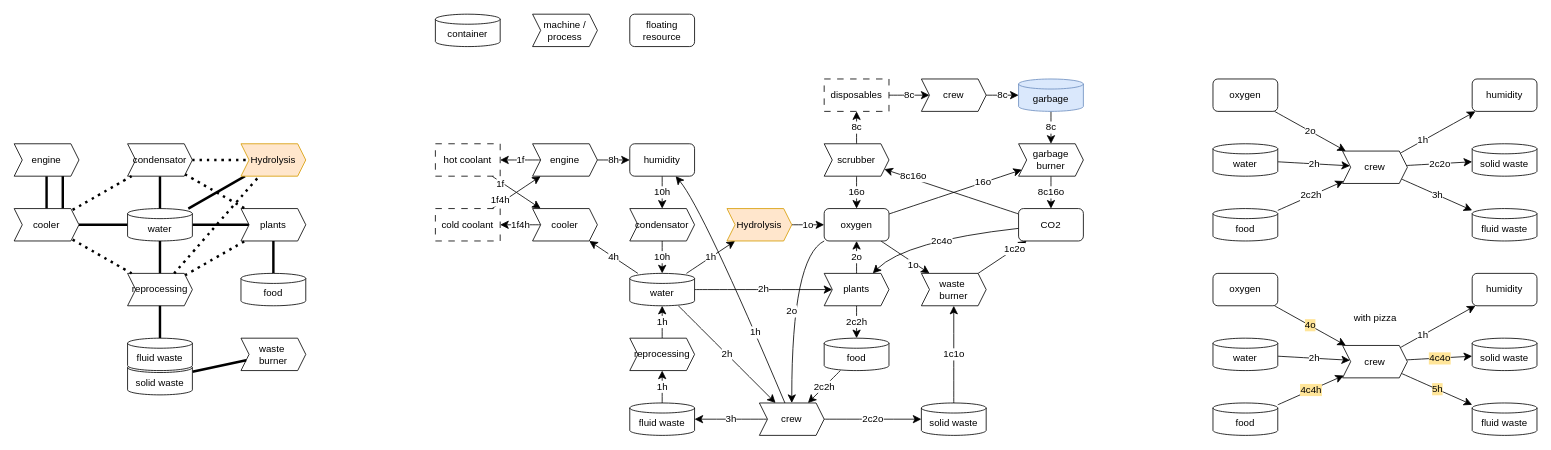
This is resource_flow_diagram.drawio from XFajk/GMTK2025Game, a draw.io file, before an edit. Source tidied: cells renumbered, new cells numbered last; positions are measured from the earlier drawing's top-left corner, leaving out a move shared by most shapes. Both pictures are drawn from the tidied source at 81%, with x=0, y=0 at pixel (14, 14).
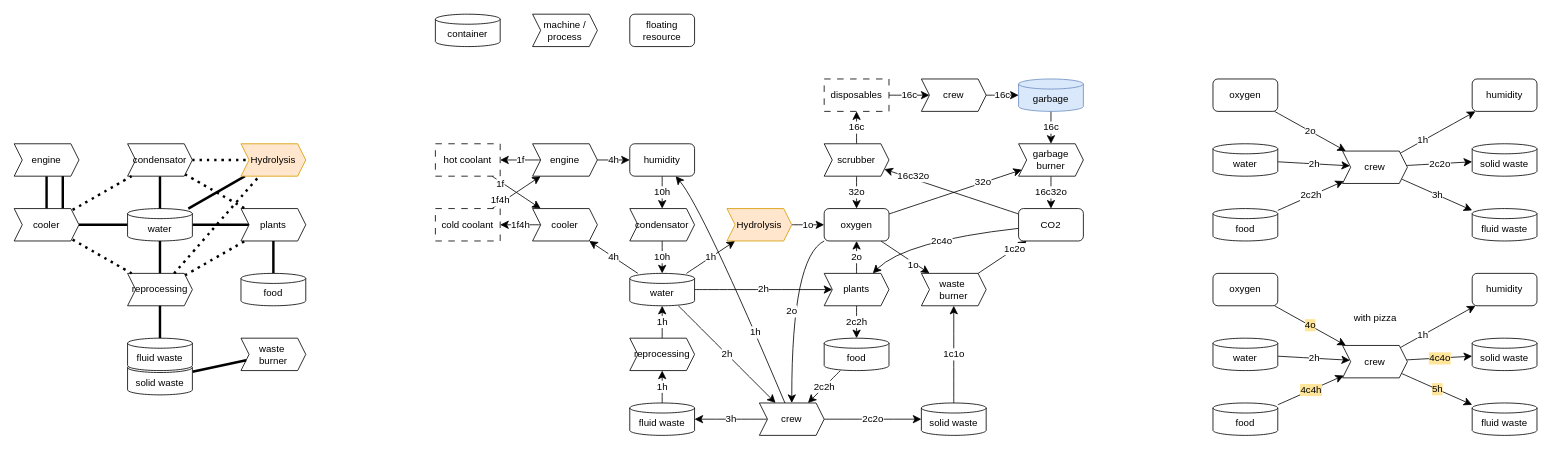
The same page after the edit.

The change refers to these unchanged cells:
```xml
<mxCell id="13" value="oxygen" style="rounded=1;whiteSpace=wrap;html=1;" parent="1" vertex="1">
  <mxGeometry x="1000" y="240" width="80" height="40" as="geometry" />
</mxCell>
<mxCell id="18" value="engine" style="shape=step;perimeter=stepPerimeter;whiteSpace=wrap;html=1;fixedSize=1;size=10;" parent="1" vertex="1">
  <mxGeometry x="640" y="160" width="80" height="40" as="geometry" />
</mxCell>
<mxCell id="30" value="humidity" style="rounded=1;whiteSpace=wrap;html=1;" parent="1" vertex="1">
  <mxGeometry x="760" y="160" width="80" height="40" as="geometry" />
</mxCell>
<mxCell id="38" value="CO2" style="rounded=1;whiteSpace=wrap;html=1;" parent="1" vertex="1">
  <mxGeometry x="1240" y="240" width="80" height="40" as="geometry" />
</mxCell>
<mxCell id="40" value="scrubber" style="shape=step;perimeter=stepPerimeter;whiteSpace=wrap;html=1;fixedSize=1;size=10;" parent="1" vertex="1">
  <mxGeometry x="1000" y="160" width="80" height="40" as="geometry" />
</mxCell>
<mxCell id="42" value="crew" style="shape=step;perimeter=stepPerimeter;whiteSpace=wrap;html=1;fixedSize=1;size=10;" parent="1" vertex="1">
  <mxGeometry x="1120" y="80" width="80" height="40" as="geometry" />
</mxCell>
<mxCell id="50" value="disposables" style="rounded=0;whiteSpace=wrap;html=1;dashed=1;dashPattern=8 8;" parent="1" vertex="1">
  <mxGeometry x="1000" y="80" width="80" height="40" as="geometry" />
</mxCell>
<mxCell id="51" value="garbage" style="shape=cylinder3;whiteSpace=wrap;html=1;boundedLbl=1;backgroundOutline=1;size=6.206904970366395;fillColor=#dae8fc;strokeColor=#6c8ebf;" parent="1" vertex="1">
  <mxGeometry x="1240" y="80" width="80" height="40" as="geometry" />
</mxCell>
<mxCell id="58" value="garbage burner" style="shape=step;perimeter=stepPerimeter;whiteSpace=wrap;html=1;fixedSize=1;size=10;" parent="1" vertex="1">
  <mxGeometry x="1240" y="160" width="80" height="40" as="geometry" />
</mxCell>
```

Change to the diagram source:
```diff
@@
-    <mxCell id="12" value="16o" style="edgeStyle=none;curved=1;rounded=0;jettySize=auto;html=1;fontSize=12;startSize=8;endSize=8;" parent="1" edge="1" source="13" target="58">
+    <mxCell id="12" value="32o" style="edgeStyle=none;curved=1;rounded=0;jettySize=auto;html=1;fontSize=12;startSize=8;endSize=8;" parent="1" edge="1" source="13" target="58">
       <mxGeometry x="0.41" relative="1" as="geometry" />
     </mxCell>
@@
-    <mxCell id="17" value="8h" style="edgeStyle=none;curved=1;rounded=0;jettySize=auto;html=1;fontSize=12;startSize=8;endSize=8;" parent="1" edge="1" source="18" target="30">
+    <mxCell id="17" value="4h" style="edgeStyle=none;curved=1;rounded=0;jettySize=auto;html=1;fontSize=12;startSize=8;endSize=8;" parent="1" edge="1" source="18" target="30">
       <mxGeometry relative="1" as="geometry" />
     </mxCell>
@@
-    <mxCell id="36" value="8c16o" style="edgeStyle=none;curved=1;rounded=0;jettySize=auto;html=1;fontSize=12;startSize=8;endSize=8;" parent="1" edge="1" source="38" target="40">
+    <mxCell id="36" value="16c32o" style="edgeStyle=none;curved=1;rounded=0;jettySize=auto;html=1;fontSize=12;startSize=8;endSize=8;" parent="1" edge="1" source="38" target="40">
       <mxGeometry x="0.58" y="-3" relative="1" as="geometry" />
     </mxCell>
-    <mxCell id="37" value="16o" style="edgeStyle=none;curved=1;rounded=0;jettySize=auto;html=1;fontSize=12;startSize=8;endSize=8;" parent="1" edge="1" source="40" target="13">
+    <mxCell id="37" value="32o" style="edgeStyle=none;curved=1;rounded=0;jettySize=auto;html=1;fontSize=12;startSize=8;endSize=8;" parent="1" edge="1" source="40" target="13">
       <mxGeometry relative="1" as="geometry" />
     </mxCell>
@@
-    <mxCell id="39" value="8c" style="edgeStyle=none;curved=1;rounded=0;jettySize=auto;html=1;fontSize=12;startSize=8;endSize=8;" parent="1" edge="1" source="40" target="50">
+    <mxCell id="39" value="16c" style="edgeStyle=none;curved=1;rounded=0;jettySize=auto;html=1;fontSize=12;startSize=8;endSize=8;" parent="1" edge="1" source="40" target="50">
       <mxGeometry relative="1" as="geometry" />
     </mxCell>
@@
-    <mxCell id="41" value="8c" style="edgeStyle=none;curved=1;rounded=0;jettySize=auto;html=1;fontSize=12;startSize=8;endSize=8;" parent="1" edge="1" source="42" target="51">
+    <mxCell id="41" value="16c" style="edgeStyle=none;curved=1;rounded=0;jettySize=auto;html=1;fontSize=12;startSize=8;endSize=8;" parent="1" edge="1" source="42" target="51">
       <mxGeometry relative="1" as="geometry" />
     </mxCell>
@@
-    <mxCell id="43" value="8c" style="edgeStyle=none;curved=1;rounded=0;jettySize=auto;html=1;fontSize=12;startSize=8;endSize=8;" parent="1" edge="1" source="51" target="58">
+    <mxCell id="43" value="16c" style="edgeStyle=none;curved=1;rounded=0;jettySize=auto;html=1;fontSize=12;startSize=8;endSize=8;" parent="1" edge="1" source="51" target="58">
       <mxGeometry relative="1" as="geometry" />
     </mxCell>
@@
-    <mxCell id="49" value="8c" style="edgeStyle=none;curved=1;rounded=0;jettySize=auto;html=1;fontSize=12;startSize=8;endSize=8;" parent="1" edge="1" source="50" target="42">
+    <mxCell id="49" value="16c" style="edgeStyle=none;curved=1;rounded=0;jettySize=auto;html=1;fontSize=12;startSize=8;endSize=8;" parent="1" edge="1" source="50" target="42">
       <mxGeometry relative="1" as="geometry" />
     </mxCell>
@@
-    <mxCell id="57" value="8c16o" style="edgeStyle=none;curved=1;rounded=0;jettySize=auto;html=1;fontSize=12;startSize=8;endSize=8;" parent="1" edge="1" source="58" target="38">
+    <mxCell id="57" value="16c32o" style="edgeStyle=none;curved=1;rounded=0;jettySize=auto;html=1;fontSize=12;startSize=8;endSize=8;" parent="1" edge="1" source="58" target="38">
       <mxGeometry relative="1" as="geometry" />
     </mxCell>
```
